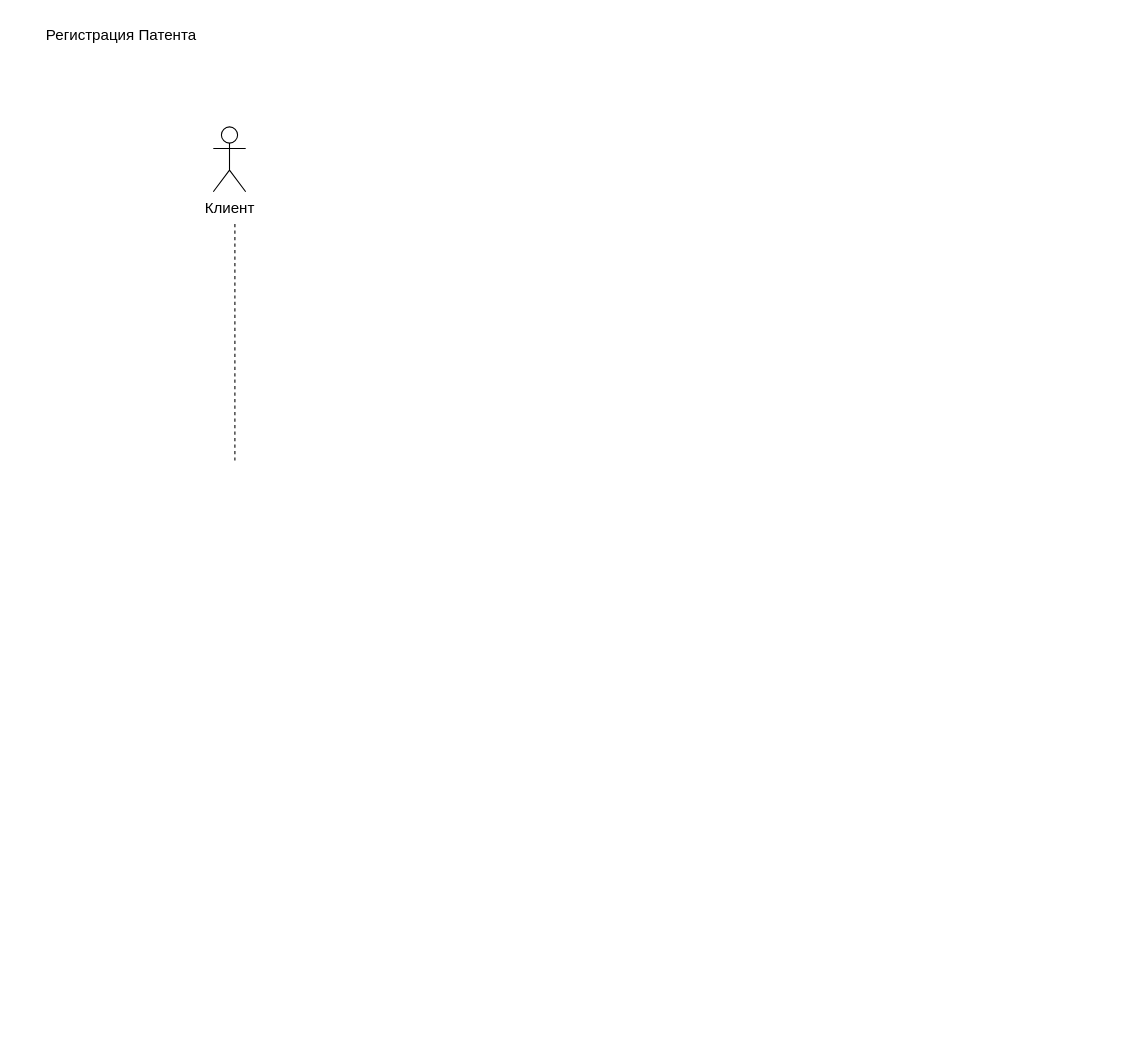
This is page "Диаграмма последовательности" (4 of 4) of Диаграммы.drawio from DmitryZero/OOP_Testing, a draw.io file, before an edit. Source tidied: cells renumbered, new cells numbered last; positions are measured from the earlier drawing's top-left corner, leaving out a move shared by most shapes. Both pictures are drawn from the tidied source at 108%, with x=0, y=0 at pixel (18, 18).
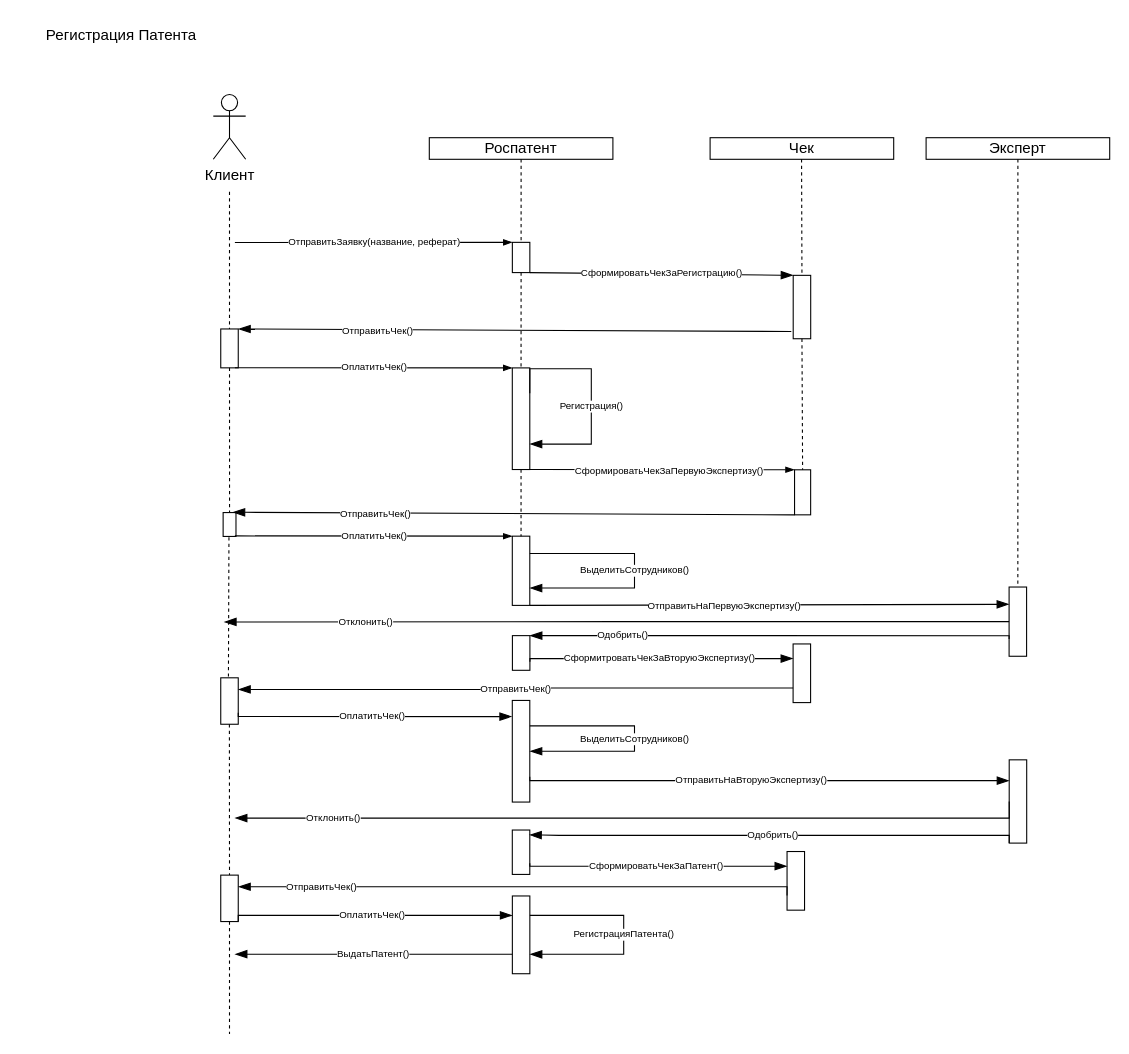
Above is the later version.

Diff of the diagram source:
```diff
@@
-    <mxCell id="2" value="Клиент" style="shape=umlActor;html=1;verticalLabelPosition=bottom;verticalAlign=top;align=center;labelBackgroundColor=none;fontSize=14;fontColor=default;fillColor=none;" parent="1" vertex="1">
-      <mxGeometry x="180" y="100" width="30" height="60" as="geometry" />
+    <mxCell id="2" value="Клиент" style="shape=umlActor;verticalLabelPosition=bottom;verticalAlign=top;align=center;labelBackgroundColor=none;fontSize=14;fontColor=default;fillColor=none;html=1;strokeColor=default;" parent="1" vertex="1">
+      <mxGeometry x="180" y="70" width="30" height="60" as="geometry" />
     </mxCell>
@@
-    <mxCell id="4" style="endArrow=none;dashed=1;html=1;rounded=0;fontSize=14;fontColor=default;endSize=9;" parent="1" edge="1">
-      <mxGeometry relative="1" as="geometry">
-        <mxPoint x="200" y="190" as="sourcePoint" />
-        <mxPoint x="200" y="410" as="targetPoint" />
-      </mxGeometry>
+    <mxCell id="4" style="endArrow=none;dashed=1;html=1;rounded=0;fontSize=14;fontColor=default;endSize=9;startArrow=none;entryX=0;entryY=0.5;entryDx=0;entryDy=0;" parent="1" edge="1" source="32" target="34">
+      <mxGeometry relative="1" as="geometry" />
     </mxCell>
+    <mxCell id="5" style="edgeStyle=none;rounded=0;jettySize=auto;html=1;exitX=0.5;exitY=1;exitDx=0;exitDy=0;entryX=0;entryY=0.5;entryDx=0;entryDy=0;fontSize=14;fontColor=none;endArrow=none;endFill=0;endSize=9;dashed=1;" parent="1" edge="1" source="6" target="9">
+      <mxGeometry relative="1" as="geometry" />
+    </mxCell>
+    <mxCell id="6" value="Роспатент" style="rounded=0;whiteSpace=wrap;html=1;labelBackgroundColor=none;fontSize=14;fontColor=default;fillColor=none;" parent="1" vertex="1">
+      <mxGeometry x="380" y="110" width="170" height="20" as="geometry" />
+    </mxCell>
+    <mxCell id="7" value="ОтправитьЗаявку(название, реферат)" style="edgeStyle=none;rounded=0;jettySize=auto;html=1;exitX=0;exitY=1;exitDx=0;exitDy=0;fontSize=9;fontColor=none;endArrow=none;endFill=0;endSize=9;startArrow=blockThin;startFill=1;" parent="1" edge="1" source="9">
+      <mxGeometry relative="1" as="geometry">
+        <mxPoint x="200" y="207" as="targetPoint" />
+      </mxGeometry>
+    </mxCell>
+    <mxCell id="8" value="СформироватьЧекЗаРегистрацию()" style="edgeStyle=none;rounded=0;jettySize=auto;html=1;entryX=0;entryY=1;entryDx=0;entryDy=0;fontSize=9;fontColor=none;startArrow=none;startFill=0;endArrow=blockThin;endFill=1;endSize=9;exitX=1;exitY=0;exitDx=0;exitDy=0;" parent="1" edge="1" source="9" target="14">
+      <mxGeometry relative="1" as="geometry" />
+    </mxCell>
+    <mxCell id="9" style="rounded=0;whiteSpace=wrap;html=1;labelBackgroundColor=none;fontSize=14;fontColor=default;fillColor=none;rotation=90;" parent="1" vertex="1">
+      <mxGeometry x="451" y="212.8" width="28" height="16.2" as="geometry" />
+    </mxCell>
+    <mxCell id="10" value="Чек" style="rounded=0;whiteSpace=wrap;html=1;labelBackgroundColor=none;fontSize=14;fontColor=default;fillColor=none;" parent="1" vertex="1">
+      <mxGeometry x="640" y="110" width="170" height="20" as="geometry" />
+    </mxCell>
+    <mxCell id="11" style="edgeStyle=none;rounded=0;jettySize=auto;html=1;exitX=0.5;exitY=1;exitDx=0;exitDy=0;entryX=0;entryY=0.5;entryDx=0;entryDy=0;fontSize=14;fontColor=none;endArrow=none;endFill=0;endSize=9;dashed=1;" parent="1" edge="1" target="14">
+      <mxGeometry relative="1" as="geometry">
+        <mxPoint x="724.7" y="130" as="sourcePoint" />
+      </mxGeometry>
+    </mxCell>
+    <mxCell id="12" style="edgeStyle=none;rounded=0;jettySize=auto;html=1;fontSize=12;fontColor=none;startArrow=none;startFill=0;endArrow=blockThin;endFill=1;endSize=9;entryX=0;entryY=0;entryDx=0;entryDy=0;exitX=0.886;exitY=1.11;exitDx=0;exitDy=0;exitPerimeter=0;" parent="1" edge="1" source="14" target="32">
+      <mxGeometry relative="1" as="geometry" />
+    </mxCell>
+    <mxCell id="13" value="ОтправитьЧек()" style="edgeLabel;html=1;align=center;verticalAlign=middle;fontSize=9;fontColor=none;" parent="12" vertex="1">
+      <mxGeometry x="-0.04" relative="1" as="geometry">
+        <mxPoint x="-138" as="offset" />
+      </mxGeometry>
+    </mxCell>
+    <mxCell id="14" style="rounded=0;whiteSpace=wrap;html=1;labelBackgroundColor=none;fontSize=14;fontColor=default;fillColor=none;rotation=90;" parent="1" vertex="1">
+      <mxGeometry x="695.7" y="258.7" width="58.7" height="16.2" as="geometry" />
+    </mxCell>
+    <mxCell id="15" value="ОплатитьЧек()" style="edgeStyle=none;rounded=0;jettySize=auto;html=1;exitX=0;exitY=1;exitDx=0;exitDy=0;fontSize=9;fontColor=none;startArrow=blockThin;startFill=1;endArrow=none;endFill=0;endSize=9;" parent="1" edge="1" source="17">
+      <mxGeometry relative="1" as="geometry">
+        <mxPoint x="200" y="323" as="targetPoint" />
+      </mxGeometry>
+    </mxCell>
+    <mxCell id="16" style="edgeStyle=orthogonalEdgeStyle;rounded=0;jettySize=auto;html=1;exitX=1;exitY=0.5;exitDx=0;exitDy=0;entryX=0;entryY=0.5;entryDx=0;entryDy=0;fontSize=9;fontColor=none;startArrow=none;startFill=0;endArrow=none;endFill=0;endSize=9;dashed=1;" parent="1" edge="1" source="17" target="28">
+      <mxGeometry relative="1" as="geometry" />
+    </mxCell>
+    <mxCell id="17" style="rounded=0;whiteSpace=wrap;html=1;labelBackgroundColor=none;fontSize=14;fontColor=default;fillColor=none;rotation=90;" parent="1" vertex="1">
+      <mxGeometry x="417.9" y="362.1" width="94.1" height="16.2" as="geometry" />
+    </mxCell>
+    <mxCell id="18" style="edgeStyle=none;rounded=0;jettySize=auto;html=1;entryX=0;entryY=0.5;entryDx=0;entryDy=0;fontSize=14;fontColor=none;endArrow=none;endFill=0;endSize=9;dashed=1;exitX=1;exitY=0.5;exitDx=0;exitDy=0;" parent="1" edge="1" source="9" target="17">
+      <mxGeometry relative="1" as="geometry" />
+    </mxCell>
+    <mxCell id="19" value="Регистрация()" style="edgeStyle=orthogonalEdgeStyle;rounded=0;orthogonalLoop=1;jettySize=auto;html=1;exitX=0.25;exitY=0;exitDx=0;exitDy=0;fontSize=9;fontColor=none;startArrow=none;startFill=0;endArrow=blockThin;endFill=1;endSize=9;entryX=0.75;entryY=0;entryDx=0;entryDy=0;" parent="1" edge="1" source="17" target="17">
+      <mxGeometry x="0.12" relative="1" as="geometry">
+        <Array as="points">
+          <mxPoint x="473" y="324" />
+          <mxPoint x="530" y="324" />
+          <mxPoint x="530" y="394" />
+          <mxPoint x="473" y="394" />
+        </Array>
+      </mxGeometry>
+    </mxCell>
+    <mxCell id="20" style="rounded=0;jettySize=auto;html=1;exitX=0;exitY=1;exitDx=0;exitDy=0;entryX=1;entryY=0;entryDx=0;entryDy=0;fontSize=12;fontColor=none;startArrow=blockThin;startFill=1;endArrow=none;endFill=0;endSize=9;" parent="1" edge="1" source="23" target="17">
+      <mxGeometry relative="1" as="geometry" />
+    </mxCell>
+    <mxCell id="21" value="СформироватьЧекЗаПервуюЭкспертизу()" style="edgeLabel;html=1;align=center;verticalAlign=middle;fontSize=9;fontColor=none;" parent="20" vertex="1">
+      <mxGeometry x="-0.27" y="1" relative="1" as="geometry">
+        <mxPoint x="-28" as="offset" />
+      </mxGeometry>
+    </mxCell>
+    <mxCell id="22" value="ОтправитьЧек()" style="edgeStyle=none;rounded=0;jettySize=auto;html=1;exitX=1;exitY=1;exitDx=0;exitDy=0;fontSize=9;fontColor=none;startArrow=none;startFill=0;endArrow=blockThin;endFill=1;endSize=9;" parent="1" edge="1" source="23">
+      <mxGeometry x="0.49" y="2" relative="1" as="geometry">
+        <mxPoint x="198" y="456.8" as="targetPoint" />
+      </mxGeometry>
+    </mxCell>
+    <mxCell id="23" style="rounded=0;whiteSpace=wrap;html=1;labelBackgroundColor=none;fontSize=14;fontColor=default;fillColor=none;rotation=90;" parent="1" vertex="1">
+      <mxGeometry x="704.8" y="430.9" width="41.7" height="14.9" as="geometry" />
+    </mxCell>
+    <mxCell id="24" style="edgeStyle=none;rounded=0;jettySize=auto;html=1;entryX=0;entryY=0.5;entryDx=0;entryDy=0;fontSize=14;fontColor=none;endArrow=none;endFill=0;endSize=9;dashed=1;exitX=1;exitY=0.5;exitDx=0;exitDy=0;" parent="1" edge="1" source="14" target="23">
+      <mxGeometry relative="1" as="geometry" />
+    </mxCell>
+    <mxCell id="25" value="ОплатитьЧек()" style="edgeStyle=none;rounded=0;jettySize=auto;html=1;exitX=0;exitY=1;exitDx=0;exitDy=0;fontSize=9;fontColor=none;startArrow=blockThin;startFill=1;endArrow=none;endFill=0;endSize=9;" parent="1" edge="1" source="28">
+      <mxGeometry relative="1" as="geometry">
+        <mxPoint x="200" y="478.7" as="targetPoint" />
+      </mxGeometry>
+    </mxCell>
+    <mxCell id="26" style="edgeStyle=orthogonalEdgeStyle;rounded=0;jettySize=auto;html=1;exitX=1;exitY=0;exitDx=0;exitDy=0;fontSize=9;fontColor=none;startArrow=none;startFill=0;endArrow=blockThin;endFill=1;endSize=9;entryX=0.25;entryY=1;entryDx=0;entryDy=0;" parent="1" edge="1" source="28" target="39">
+      <mxGeometry relative="1" as="geometry">
+        <Array as="points">
+          <mxPoint x="473" y="542" />
+        </Array>
+      </mxGeometry>
+    </mxCell>
+    <mxCell id="27" value="ОтправитьНаПервуюЭкспертизу()" style="edgeLabel;html=1;align=center;verticalAlign=middle;fontSize=9;fontColor=none;" parent="26" vertex="1">
+      <mxGeometry x="-0.19" y="-1" relative="1" as="geometry">
+        <mxPoint x="-1" as="offset" />
+      </mxGeometry>
+    </mxCell>
+    <mxCell id="28" style="rounded=0;whiteSpace=wrap;html=1;labelBackgroundColor=none;fontSize=14;fontColor=default;fillColor=none;rotation=90;" parent="1" vertex="1">
+      <mxGeometry x="432.9" y="502.9" width="64.1" height="16.2" as="geometry" />
+    </mxCell>
+    <mxCell id="29" value="ВыделитьСотрудников()" style="edgeStyle=orthogonalEdgeStyle;rounded=0;orthogonalLoop=1;jettySize=auto;html=1;exitX=0.25;exitY=0;exitDx=0;exitDy=0;entryX=0.75;entryY=0;entryDx=0;entryDy=0;fontSize=9;fontColor=none;startArrow=none;startFill=0;endArrow=blockThin;endFill=1;endSize=9;" parent="1" edge="1" source="28" target="28">
+      <mxGeometry relative="1" as="geometry">
+        <Array as="points">
+          <mxPoint x="570" y="495" />
+          <mxPoint x="570" y="527" />
+        </Array>
+      </mxGeometry>
+    </mxCell>
+    <mxCell id="30" value="Эксперт" style="rounded=0;whiteSpace=wrap;html=1;labelBackgroundColor=none;fontSize=14;fontColor=default;fillColor=none;" parent="1" vertex="1">
+      <mxGeometry x="840" y="110" width="170" height="20" as="geometry" />
+    </mxCell>
+    <mxCell id="31" style="edgeStyle=none;rounded=0;jettySize=auto;html=1;exitX=0.5;exitY=1;exitDx=0;exitDy=0;fontSize=14;fontColor=none;endArrow=none;endFill=0;endSize=9;dashed=1;entryX=0;entryY=0.5;entryDx=0;entryDy=0;" parent="1" edge="1" source="30" target="39">
+      <mxGeometry relative="1" as="geometry" />
+    </mxCell>
+    <mxCell id="32" style="rounded=0;whiteSpace=wrap;html=1;labelBackgroundColor=none;fontSize=14;fontColor=default;fillColor=none;rotation=90;" parent="1" vertex="1">
+      <mxGeometry x="177" y="297" width="36" height="16.2" as="geometry" />
+    </mxCell>
+    <mxCell id="33" style="endArrow=none;dashed=1;html=1;rounded=0;fontSize=14;fontColor=default;endSize=9;" parent="1" edge="1" target="32">
+      <mxGeometry relative="1" as="geometry">
+        <mxPoint x="195" y="160" as="sourcePoint" />
+      </mxGeometry>
+    </mxCell>
+    <mxCell id="34" style="rounded=0;whiteSpace=wrap;html=1;labelBackgroundColor=none;fontSize=14;fontColor=default;fillColor=none;rotation=90;" parent="1" vertex="1">
+      <mxGeometry x="184" y="462.2" width="22.1" height="11.9" as="geometry" />
+    </mxCell>
+    <mxCell id="35" style="endArrow=none;dashed=1;html=1;rounded=0;fontSize=14;fontColor=default;endSize=9;startArrow=none;" parent="1" edge="1">
+      <mxGeometry relative="1" as="geometry">
+        <mxPoint x="194.5" y="480" as="sourcePoint" />
+        <mxPoint x="194" y="610" as="targetPoint" />
+      </mxGeometry>
+    </mxCell>
+    <mxCell id="36" value="Отклонить()" style="edgeStyle=orthogonalEdgeStyle;rounded=0;jettySize=auto;html=1;exitX=0.5;exitY=1;exitDx=0;exitDy=0;fontSize=9;fontColor=none;startArrow=none;startFill=0;endArrow=blockThin;endFill=1;endSize=9;" parent="1" edge="1" source="39">
+      <mxGeometry x="0.64" relative="1" as="geometry">
+        <mxPoint x="190" y="558.4" as="targetPoint" />
+      </mxGeometry>
+    </mxCell>
+    <mxCell id="37" style="edgeStyle=orthogonalEdgeStyle;rounded=0;jettySize=auto;html=1;exitX=0.75;exitY=1;exitDx=0;exitDy=0;entryX=0;entryY=0;entryDx=0;entryDy=0;fontSize=9;fontColor=none;startArrow=none;startFill=0;endArrow=blockThin;endFill=1;endSize=9;" parent="1" edge="1" source="39" target="41">
+      <mxGeometry relative="1" as="geometry">
+        <Array as="points">
+          <mxPoint x="917" y="571" />
+        </Array>
+      </mxGeometry>
+    </mxCell>
+    <mxCell id="38" value="Одобрить()" style="edgeLabel;html=1;align=center;verticalAlign=middle;fontSize=9;fontColor=none;" parent="37" vertex="1">
+      <mxGeometry x="0.17" y="-3" relative="1" as="geometry">
+        <mxPoint x="-100" y="2" as="offset" />
+      </mxGeometry>
+    </mxCell>
+    <mxCell id="39" style="rounded=0;whiteSpace=wrap;html=1;labelBackgroundColor=none;fontSize=14;fontColor=default;fillColor=none;rotation=90;" parent="1" vertex="1">
+      <mxGeometry x="892.9" y="550" width="64.1" height="16.2" as="geometry" />
+    </mxCell>
+    <mxCell id="40" value="СформитроватьЧекЗаВторуюЭкспертизу()" style="edgeStyle=orthogonalEdgeStyle;rounded=0;jettySize=auto;html=1;exitX=0.75;exitY=0;exitDx=0;exitDy=0;entryX=0.25;entryY=1;entryDx=0;entryDy=0;fontSize=9;fontColor=none;startArrow=none;startFill=0;endArrow=blockThin;endFill=1;endSize=9;" parent="1" edge="1" source="41" target="43">
+      <mxGeometry relative="1" as="geometry">
+        <Array as="points">
+          <mxPoint x="473" y="593" />
+        </Array>
+      </mxGeometry>
+    </mxCell>
+    <mxCell id="41" style="rounded=0;whiteSpace=wrap;html=1;labelBackgroundColor=none;fontSize=14;fontColor=default;fillColor=none;rotation=90;" parent="1" vertex="1">
+      <mxGeometry x="449" y="579" width="32.1" height="16.2" as="geometry" />
+    </mxCell>
+    <mxCell id="42" value="ОтправитьЧек()" style="edgeStyle=orthogonalEdgeStyle;rounded=0;jettySize=auto;html=1;exitX=0.75;exitY=1;exitDx=0;exitDy=0;entryX=0.25;entryY=0;entryDx=0;entryDy=0;fontSize=9;fontColor=none;startArrow=none;startFill=0;endArrow=blockThin;endFill=1;endSize=9;" parent="1" edge="1" source="43" target="45">
+      <mxGeometry relative="1" as="geometry" />
+    </mxCell>
+    <mxCell id="43" style="rounded=0;whiteSpace=wrap;html=1;labelBackgroundColor=none;fontSize=14;fontColor=default;fillColor=none;rotation=90;" parent="1" vertex="1">
+      <mxGeometry x="697.8" y="597.8" width="54.3" height="16.2" as="geometry" />
+    </mxCell>
+    <mxCell id="44" value="ОплатитьЧек()" style="edgeStyle=orthogonalEdgeStyle;rounded=0;jettySize=auto;html=1;exitX=0.75;exitY=0;exitDx=0;exitDy=0;entryX=0.159;entryY=1.025;entryDx=0;entryDy=0;entryPerimeter=0;fontSize=9;fontColor=none;startArrow=none;startFill=0;endArrow=blockThin;endFill=1;endSize=9;" parent="1" edge="1" source="45" target="48">
+      <mxGeometry relative="1" as="geometry">
+        <Array as="points">
+          <mxPoint x="203" y="646" />
+        </Array>
+      </mxGeometry>
+    </mxCell>
+    <mxCell id="45" style="rounded=0;whiteSpace=wrap;html=1;labelBackgroundColor=none;fontSize=14;fontColor=default;fillColor=none;rotation=90;" parent="1" vertex="1">
+      <mxGeometry x="173.5" y="623.5" width="43" height="16.2" as="geometry" />
+    </mxCell>
+    <mxCell id="46" style="edgeStyle=orthogonalEdgeStyle;rounded=0;jettySize=auto;html=1;exitX=0.75;exitY=0;exitDx=0;exitDy=0;entryX=0.25;entryY=1;entryDx=0;entryDy=0;fontSize=9;fontColor=none;startArrow=none;startFill=0;endArrow=blockThin;endFill=1;endSize=9;" parent="1" edge="1" source="48" target="52">
+      <mxGeometry relative="1" as="geometry">
+        <Array as="points">
+          <mxPoint x="473" y="705" />
+        </Array>
+      </mxGeometry>
+    </mxCell>
+    <mxCell id="47" value="ОтправитьНаВторуюЭкспертизу()" style="edgeLabel;html=1;align=center;verticalAlign=middle;fontSize=9;fontColor=none;" parent="46" vertex="1">
+      <mxGeometry x="-0.07" y="1" relative="1" as="geometry" />
+    </mxCell>
+    <mxCell id="48" style="rounded=0;whiteSpace=wrap;html=1;labelBackgroundColor=none;fontSize=14;fontColor=default;fillColor=none;rotation=90;" parent="1" vertex="1">
+      <mxGeometry x="417.9" y="670" width="94.1" height="16.2" as="geometry" />
+    </mxCell>
+    <mxCell id="49" value="ВыделитьСотрудников()" style="edgeStyle=orthogonalEdgeStyle;rounded=0;orthogonalLoop=1;jettySize=auto;html=1;exitX=0.25;exitY=0;exitDx=0;exitDy=0;entryX=0.5;entryY=0;entryDx=0;entryDy=0;fontSize=9;fontColor=none;startArrow=none;startFill=0;endArrow=blockThin;endFill=1;endSize=9;" parent="1" edge="1" source="48" target="48">
+      <mxGeometry relative="1" as="geometry">
+        <Array as="points">
+          <mxPoint x="570" y="654" />
+          <mxPoint x="570" y="679" />
+        </Array>
+      </mxGeometry>
+    </mxCell>
+    <mxCell id="50" value="Отклонить()" style="edgeStyle=orthogonalEdgeStyle;rounded=0;jettySize=auto;html=1;exitX=0.5;exitY=1;exitDx=0;exitDy=0;fontSize=9;fontColor=none;startArrow=none;startFill=0;endArrow=blockThin;endFill=1;endSize=9;" parent="1" edge="1" source="52">
+      <mxGeometry x="0.75" relative="1" as="geometry">
+        <mxPoint x="200" y="740" as="targetPoint" />
+        <Array as="points">
+          <mxPoint x="917" y="740" />
+        </Array>
+      </mxGeometry>
+    </mxCell>
+    <mxCell id="51" value="Одобрить()" style="edgeStyle=orthogonalEdgeStyle;rounded=0;jettySize=auto;html=1;exitX=1;exitY=1;exitDx=0;exitDy=0;entryX=0.109;entryY=0.027;entryDx=0;entryDy=0;entryPerimeter=0;fontSize=9;fontColor=none;startArrow=none;startFill=0;endArrow=blockThin;endFill=1;endSize=9;" parent="1" edge="1" source="52" target="55">
+      <mxGeometry relative="1" as="geometry">
+        <Array as="points">
+          <mxPoint x="917" y="756" />
+          <mxPoint x="500" y="756" />
+        </Array>
+      </mxGeometry>
+    </mxCell>
+    <mxCell id="52" style="rounded=0;whiteSpace=wrap;html=1;labelBackgroundColor=none;fontSize=14;fontColor=default;fillColor=none;rotation=90;" parent="1" vertex="1">
+      <mxGeometry x="886.5" y="716.5" width="77.1" height="16.2" as="geometry" />
+    </mxCell>
+    <mxCell id="53" style="endArrow=none;dashed=1;html=1;rounded=0;fontSize=14;fontColor=default;endSize=9;startArrow=none;entryX=0;entryY=0.5;entryDx=0;entryDy=0;" parent="1" edge="1" target="59">
+      <mxGeometry relative="1" as="geometry">
+        <mxPoint x="194.9" y="653.1" as="sourcePoint" />
+      </mxGeometry>
+    </mxCell>
+    <mxCell id="54" value="СформироватьЧекЗаПатент()" style="edgeStyle=orthogonalEdgeStyle;rounded=0;jettySize=auto;html=1;exitX=0.75;exitY=0;exitDx=0;exitDy=0;entryX=0.25;entryY=1;entryDx=0;entryDy=0;fontSize=9;fontColor=none;startArrow=none;startFill=0;endArrow=blockThin;endFill=1;endSize=9;" parent="1" edge="1" source="55" target="57">
+      <mxGeometry relative="1" as="geometry">
+        <Array as="points">
+          <mxPoint x="473" y="785" />
+        </Array>
+      </mxGeometry>
+    </mxCell>
+    <mxCell id="55" style="rounded=0;whiteSpace=wrap;html=1;labelBackgroundColor=none;fontSize=14;fontColor=default;fillColor=none;rotation=90;" parent="1" vertex="1">
+      <mxGeometry x="444.4" y="763.5" width="41.1" height="16.2" as="geometry" />
+    </mxCell>
+    <mxCell id="56" value="ОтправитьЧек()" style="edgeStyle=orthogonalEdgeStyle;rounded=0;jettySize=auto;html=1;exitX=0.75;exitY=1;exitDx=0;exitDy=0;entryX=0.25;entryY=0;entryDx=0;entryDy=0;fontSize=9;fontColor=none;startArrow=none;startFill=0;endArrow=blockThin;endFill=1;endSize=9;" parent="1" edge="1" source="57" target="59">
+      <mxGeometry x="0.7" relative="1" as="geometry">
+        <Array as="points">
+          <mxPoint x="711" y="804" />
+        </Array>
+      </mxGeometry>
+    </mxCell>
+    <mxCell id="57" style="rounded=0;whiteSpace=wrap;html=1;labelBackgroundColor=none;fontSize=14;fontColor=default;fillColor=none;rotation=90;" parent="1" vertex="1">
+      <mxGeometry x="692.2" y="790" width="54.3" height="16.2" as="geometry" />
+    </mxCell>
+    <mxCell id="58" value="ОплатитьЧек()" style="edgeStyle=orthogonalEdgeStyle;rounded=0;jettySize=auto;html=1;exitX=1;exitY=0;exitDx=0;exitDy=0;entryX=0.25;entryY=1;entryDx=0;entryDy=0;fontSize=9;fontColor=none;startArrow=none;startFill=0;endArrow=blockThin;endFill=1;endSize=9;" parent="1" edge="1" source="59" target="61">
+      <mxGeometry relative="1" as="geometry">
+        <Array as="points">
+          <mxPoint x="203" y="830" />
+        </Array>
+      </mxGeometry>
+    </mxCell>
+    <mxCell id="59" style="rounded=0;whiteSpace=wrap;html=1;labelBackgroundColor=none;fontSize=14;fontColor=default;fillColor=none;rotation=90;" parent="1" vertex="1">
+      <mxGeometry x="173.5" y="806.2" width="43" height="16.2" as="geometry" />
+    </mxCell>
+    <mxCell id="60" value="ВыдатьПатент()" style="edgeStyle=orthogonalEdgeStyle;rounded=0;jettySize=auto;html=1;exitX=0.75;exitY=1;exitDx=0;exitDy=0;fontSize=9;fontColor=none;startArrow=none;startFill=0;endArrow=blockThin;endFill=1;endSize=9;" parent="1" edge="1" source="61">
+      <mxGeometry relative="1" as="geometry">
+        <mxPoint x="200" y="866" as="targetPoint" />
+      </mxGeometry>
+    </mxCell>
+    <mxCell id="61" style="rounded=0;whiteSpace=wrap;html=1;labelBackgroundColor=none;fontSize=14;fontColor=default;fillColor=none;rotation=90;" parent="1" vertex="1">
+      <mxGeometry x="429" y="840" width="72" height="16.2" as="geometry" />
+    </mxCell>
+    <mxCell id="62" value="РегистрацияПатента()" style="edgeStyle=orthogonalEdgeStyle;rounded=0;orthogonalLoop=1;jettySize=auto;html=1;exitX=0.25;exitY=0;exitDx=0;exitDy=0;entryX=0.75;entryY=0;entryDx=0;entryDy=0;fontSize=9;fontColor=none;startArrow=none;startFill=0;endArrow=blockThin;endFill=1;endSize=9;" parent="1" edge="1" source="61" target="61">
+      <mxGeometry relative="1" as="geometry">
+        <Array as="points">
+          <mxPoint x="560" y="830" />
+          <mxPoint x="560" y="866" />
+        </Array>
+      </mxGeometry>
+    </mxCell>
+    <mxCell id="63" style="endArrow=none;dashed=1;html=1;rounded=0;fontSize=14;fontColor=default;endSize=9;startArrow=none;exitX=1;exitY=0.5;exitDx=0;exitDy=0;" parent="1" edge="1" source="59">
+      <mxGeometry relative="1" as="geometry">
+        <mxPoint x="195" y="940" as="targetPoint" />
+      </mxGeometry>
+    </mxCell>
```
